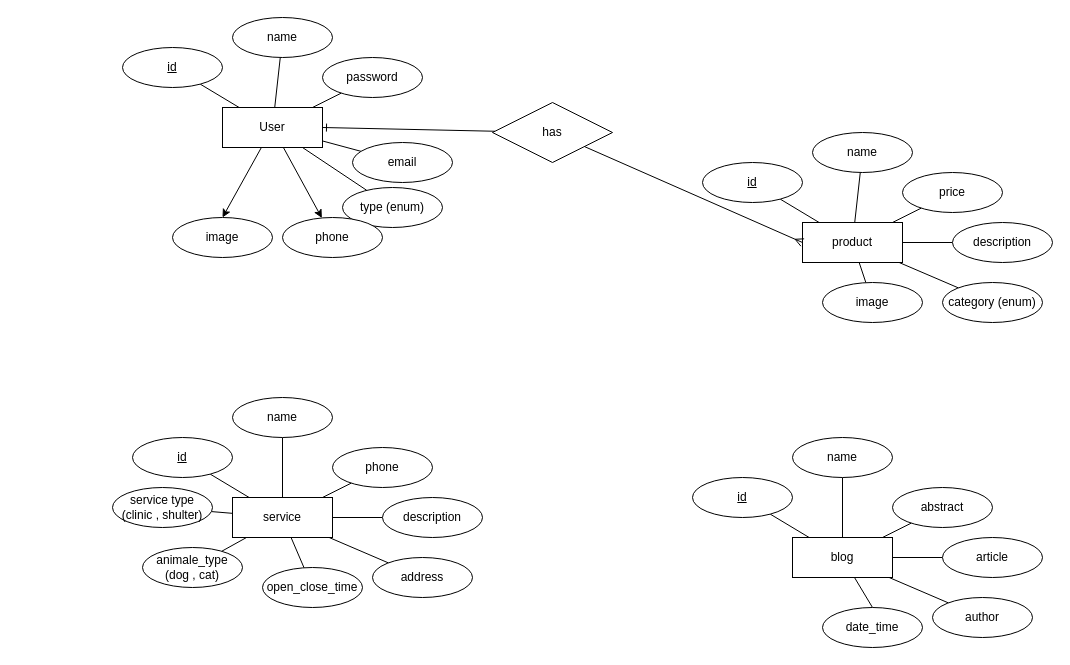
Earlier version of the draw.io diagram page "ERD" (1 of 2) of Diagrams/requirements.drawio (khaledfathi/islam_API). Source tidied: cells renumbered, new cells numbered last; positions are measured from the earlier drawing's top-left corner, leaving out a move shared by most shapes. Both pictures are drawn from the tidied source at 100%, with x=0, y=0 at pixel (112, 17).
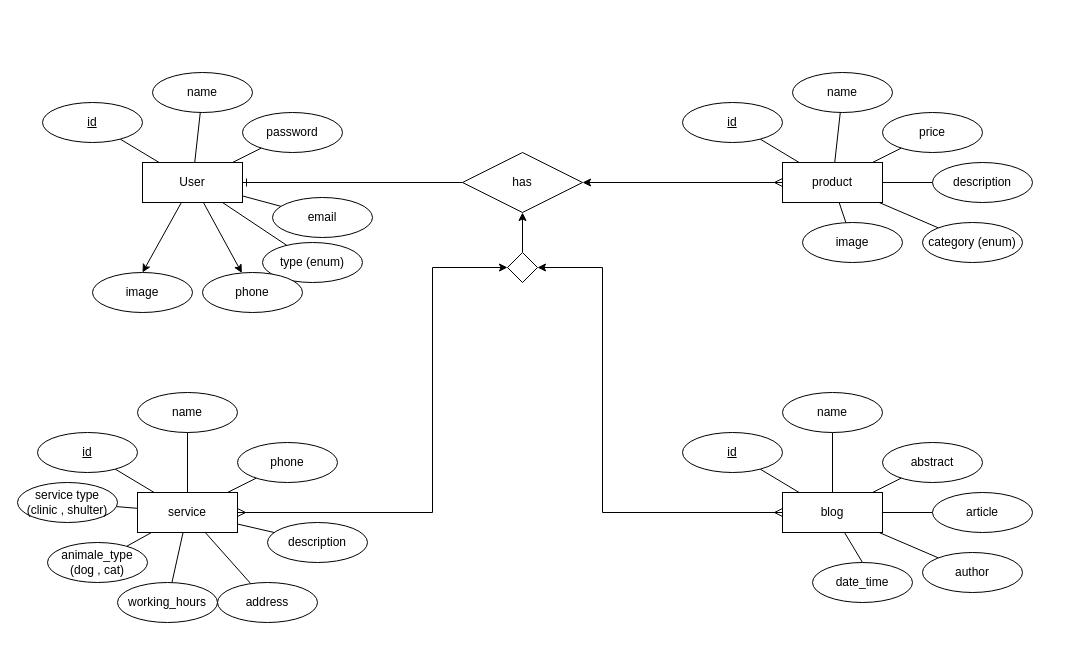
Above is the later version.

The edit, as a diff of the source:
```diff
@@
     <mxCell id="9" value="User" style="whiteSpace=wrap;html=1;align=center;" parent="1" vertex="1">
-      <mxGeometry x="110" y="90" width="100" height="40" as="geometry" />
+      <mxGeometry x="30" y="145" width="100" height="40" as="geometry" />
     </mxCell>
     <mxCell id="10" value="id" style="ellipse;whiteSpace=wrap;html=1;align=center;fontStyle=4;" parent="1" vertex="1">
-      <mxGeometry x="10" y="30" width="100" height="40" as="geometry" />
+      <mxGeometry x="-70" y="85" width="100" height="40" as="geometry" />
     </mxCell>
     <mxCell id="11" value="name" style="ellipse;whiteSpace=wrap;html=1;align=center;" parent="1" vertex="1">
-      <mxGeometry x="120" width="100" height="40" as="geometry" />
+      <mxGeometry x="40" y="55" width="100" height="40" as="geometry" />
     </mxCell>
     <mxCell id="12" value="password" style="ellipse;whiteSpace=wrap;html=1;align=center;" parent="1" vertex="1">
-      <mxGeometry x="210" y="40" width="100" height="40" as="geometry" />
+      <mxGeometry x="130" y="95" width="100" height="40" as="geometry" />
     </mxCell>
     <mxCell id="13" value="email" style="ellipse;whiteSpace=wrap;html=1;align=center;" parent="1" vertex="1">
-      <mxGeometry x="240" y="125" width="100" height="40" as="geometry" />
+      <mxGeometry x="160" y="180" width="100" height="40" as="geometry" />
     </mxCell>
     <mxCell id="14" value="type (enum)" style="ellipse;whiteSpace=wrap;html=1;align=center;" parent="1" vertex="1">
-      <mxGeometry x="230" y="170" width="100" height="40" as="geometry" />
+      <mxGeometry x="150" y="225" width="100" height="40" as="geometry" />
     </mxCell>
@@
+    <mxCell id="63" style="edgeStyle=orthogonalEdgeStyle;rounded=0;jettySize=auto;html=1;entryX=1;entryY=0.5;entryDx=0;entryDy=0;startArrow=ERmany;startFill=0;endArrow=classic;endFill=1;" parent="1" edge="1" source="21" target="62">
+      <mxGeometry relative="1" as="geometry" />
+    </mxCell>
     <mxCell id="21" value="product" style="whiteSpace=wrap;html=1;align=center;" parent="1" vertex="1">
-      <mxGeometry x="690" y="205" width="100" height="40" as="geometry" />
+      <mxGeometry x="670" y="145" width="100" height="40" as="geometry" />
     </mxCell>
     <mxCell id="22" value="id" style="ellipse;whiteSpace=wrap;html=1;align=center;fontStyle=4;" parent="1" vertex="1">
-      <mxGeometry x="590" y="145" width="100" height="40" as="geometry" />
+      <mxGeometry x="570" y="85" width="100" height="40" as="geometry" />
     </mxCell>
     <mxCell id="23" value="name" style="ellipse;whiteSpace=wrap;html=1;align=center;" parent="1" vertex="1">
-      <mxGeometry x="700" y="115" width="100" height="40" as="geometry" />
+      <mxGeometry x="680" y="55" width="100" height="40" as="geometry" />
     </mxCell>
     <mxCell id="24" value="price" style="ellipse;whiteSpace=wrap;html=1;align=center;" parent="1" vertex="1">
-      <mxGeometry x="790" y="155" width="100" height="40" as="geometry" />
+      <mxGeometry x="770" y="95" width="100" height="40" as="geometry" />
     </mxCell>
     <mxCell id="25" value="description" style="ellipse;whiteSpace=wrap;html=1;align=center;" parent="1" vertex="1">
-      <mxGeometry x="840" y="205" width="100" height="40" as="geometry" />
+      <mxGeometry x="820" y="145" width="100" height="40" as="geometry" />
     </mxCell>
     <mxCell id="26" value="category (enum)" style="ellipse;whiteSpace=wrap;html=1;align=center;" parent="1" vertex="1">
-      <mxGeometry x="830" y="265" width="100" height="40" as="geometry" />
+      <mxGeometry x="810" y="205" width="100" height="40" as="geometry" />
     </mxCell>
     <mxCell id="27" value="phone" style="ellipse;whiteSpace=wrap;html=1;align=center;" parent="1" vertex="1">
-      <mxGeometry x="170" y="200" width="100" height="40" as="geometry" />
+      <mxGeometry x="90" y="255" width="100" height="40" as="geometry" />
     </mxCell>
     <mxCell id="28" value="image" style="ellipse;whiteSpace=wrap;html=1;align=center;" parent="1" vertex="1">
-      <mxGeometry x="60" y="200" width="100" height="40" as="geometry" />
+      <mxGeometry x="-20" y="255" width="100" height="40" as="geometry" />
     </mxCell>
@@
+    <mxCell id="64" style="edgeStyle=orthogonalEdgeStyle;rounded=0;jettySize=auto;html=1;entryX=0;entryY=0.5;entryDx=0;entryDy=0;startArrow=ERmany;startFill=0;endArrow=classic;endFill=1;" parent="1" edge="1" source="37" target="66">
+      <mxGeometry relative="1" as="geometry">
+        <Array as="points">
+          <mxPoint x="320" y="495" />
+          <mxPoint x="320" y="250" />
+        </Array>
+      </mxGeometry>
+    </mxCell>
     <mxCell id="37" value="service" style="whiteSpace=wrap;html=1;align=center;" parent="1" vertex="1">
-      <mxGeometry x="120" y="480" width="100" height="40" as="geometry" />
+      <mxGeometry x="25" y="475" width="100" height="40" as="geometry" />
     </mxCell>
     <mxCell id="38" value="id" style="ellipse;whiteSpace=wrap;html=1;align=center;fontStyle=4;" parent="1" vertex="1">
-      <mxGeometry x="20" y="420" width="100" height="40" as="geometry" />
+      <mxGeometry x="-75" y="415" width="100" height="40" as="geometry" />
     </mxCell>
     <mxCell id="39" value="name" style="ellipse;whiteSpace=wrap;html=1;align=center;" parent="1" vertex="1">
-      <mxGeometry x="120" y="380" width="100" height="40" as="geometry" />
+      <mxGeometry x="25" y="375" width="100" height="40" as="geometry" />
     </mxCell>
     <mxCell id="40" value="phone" style="ellipse;whiteSpace=wrap;html=1;align=center;" parent="1" vertex="1">
-      <mxGeometry x="220" y="430" width="100" height="40" as="geometry" />
+      <mxGeometry x="125" y="425" width="100" height="40" as="geometry" />
     </mxCell>
     <mxCell id="41" value="description" style="ellipse;whiteSpace=wrap;html=1;align=center;" parent="1" vertex="1">
-      <mxGeometry x="270" y="480" width="100" height="40" as="geometry" />
+      <mxGeometry x="155" y="505" width="100" height="40" as="geometry" />
     </mxCell>
     <mxCell id="42" value="address" style="ellipse;whiteSpace=wrap;html=1;align=center;" parent="1" vertex="1">
-      <mxGeometry x="260" y="540" width="100" height="40" as="geometry" />
+      <mxGeometry x="105" y="565" width="100" height="40" as="geometry" />
     </mxCell>
     <mxCell id="43" value="image" style="ellipse;whiteSpace=wrap;html=1;align=center;" parent="1" vertex="1">
-      <mxGeometry x="710" y="265" width="100" height="40" as="geometry" />
+      <mxGeometry x="690" y="205" width="100" height="40" as="geometry" />
     </mxCell>
-    <mxCell id="44" value="open_close_time" style="ellipse;whiteSpace=wrap;html=1;align=center;" parent="1" vertex="1">
-      <mxGeometry x="150" y="550" width="100" height="40" as="geometry" />
+    <mxCell id="44" value="working_hours" style="ellipse;whiteSpace=wrap;html=1;align=center;" parent="1" vertex="1">
+      <mxGeometry x="5" y="565" width="100" height="40" as="geometry" />
     </mxCell>
     <mxCell id="45" value="animale_type (dog , cat)" style="ellipse;whiteSpace=wrap;html=1;align=center;" parent="1" vertex="1">
-      <mxGeometry x="30" y="530" width="100" height="40" as="geometry" />
+      <mxGeometry x="-65" y="525" width="100" height="40" as="geometry" />
     </mxCell>
     <mxCell id="46" value="service type (clinic , shulter)" style="ellipse;whiteSpace=wrap;html=1;align=center;" parent="1" vertex="1">
-      <mxGeometry y="470" width="100" height="40" as="geometry" />
+      <mxGeometry x="-95" y="465" width="100" height="40" as="geometry" />
     </mxCell>
@@
     <mxCell id="53" value="blog" style="whiteSpace=wrap;html=1;align=center;" parent="1" vertex="1">
-      <mxGeometry x="680" y="520" width="100" height="40" as="geometry" />
+      <mxGeometry x="670" y="475" width="100" height="40" as="geometry" />
     </mxCell>
     <mxCell id="54" value="id" style="ellipse;whiteSpace=wrap;html=1;align=center;fontStyle=4;" parent="1" vertex="1">
-      <mxGeometry x="580" y="460" width="100" height="40" as="geometry" />
+      <mxGeometry x="570" y="415" width="100" height="40" as="geometry" />
     </mxCell>
     <mxCell id="55" value="name" style="ellipse;whiteSpace=wrap;html=1;align=center;" parent="1" vertex="1">
-      <mxGeometry x="680" y="420" width="100" height="40" as="geometry" />
+      <mxGeometry x="670" y="375" width="100" height="40" as="geometry" />
     </mxCell>
     <mxCell id="56" value="abstract" style="ellipse;whiteSpace=wrap;html=1;align=center;" parent="1" vertex="1">
-      <mxGeometry x="780" y="470" width="100" height="40" as="geometry" />
+      <mxGeometry x="770" y="425" width="100" height="40" as="geometry" />
     </mxCell>
     <mxCell id="57" value="article" style="ellipse;whiteSpace=wrap;html=1;align=center;" parent="1" vertex="1">
-      <mxGeometry x="830" y="520" width="100" height="40" as="geometry" />
+      <mxGeometry x="820" y="475" width="100" height="40" as="geometry" />
     </mxCell>
     <mxCell id="58" value="author" style="ellipse;whiteSpace=wrap;html=1;align=center;" parent="1" vertex="1">
-      <mxGeometry x="820" y="580" width="100" height="40" as="geometry" />
+      <mxGeometry x="810" y="535" width="100" height="40" as="geometry" />
     </mxCell>
     <mxCell id="59" value="date_time" style="ellipse;whiteSpace=wrap;html=1;align=center;" parent="1" vertex="1">
-      <mxGeometry x="710" y="590" width="100" height="40" as="geometry" />
+      <mxGeometry x="700" y="545" width="100" height="40" as="geometry" />
     </mxCell>
@@
-    <mxCell id="61" style="rounded=0;jettySize=auto;html=1;entryX=0;entryY=0.5;entryDx=0;entryDy=0;endArrow=ERmany;endFill=0;" parent="1" edge="1" source="62" target="21">
-      <mxGeometry relative="1" as="geometry" />
-    </mxCell>
     <mxCell id="62" value="has" style="shape=rhombus;perimeter=rhombusPerimeter;whiteSpace=wrap;html=1;align=center;" parent="1" vertex="1">
-      <mxGeometry x="380" y="85" width="120" height="60" as="geometry" />
+      <mxGeometry x="350" y="135" width="120" height="60" as="geometry" />
     </mxCell>
+    <mxCell id="65" style="edgeStyle=orthogonalEdgeStyle;rounded=0;jettySize=auto;html=1;entryX=0.5;entryY=1;entryDx=0;entryDy=0;startArrow=none;startFill=0;endArrow=classic;endFill=1;" parent="1" edge="1" source="66" target="62">
+      <mxGeometry relative="1" as="geometry" />
+    </mxCell>
+    <mxCell id="66" style="rhombus;whiteSpace=wrap;html=1;" parent="1" vertex="1">
+      <mxGeometry x="395" y="235" width="30" height="30" as="geometry" />
+    </mxCell>
+    <mxCell id="67" style="edgeStyle=orthogonalEdgeStyle;rounded=0;jettySize=auto;html=1;entryX=1;entryY=0.5;entryDx=0;entryDy=0;endArrow=classic;endFill=1;startArrow=ERmany;startFill=0;" parent="1" edge="1" source="53" target="66">
+      <mxGeometry relative="1" as="geometry">
+        <Array as="points">
+          <mxPoint x="490" y="495" />
+          <mxPoint x="490" y="250" />
+        </Array>
+      </mxGeometry>
+    </mxCell>
```
